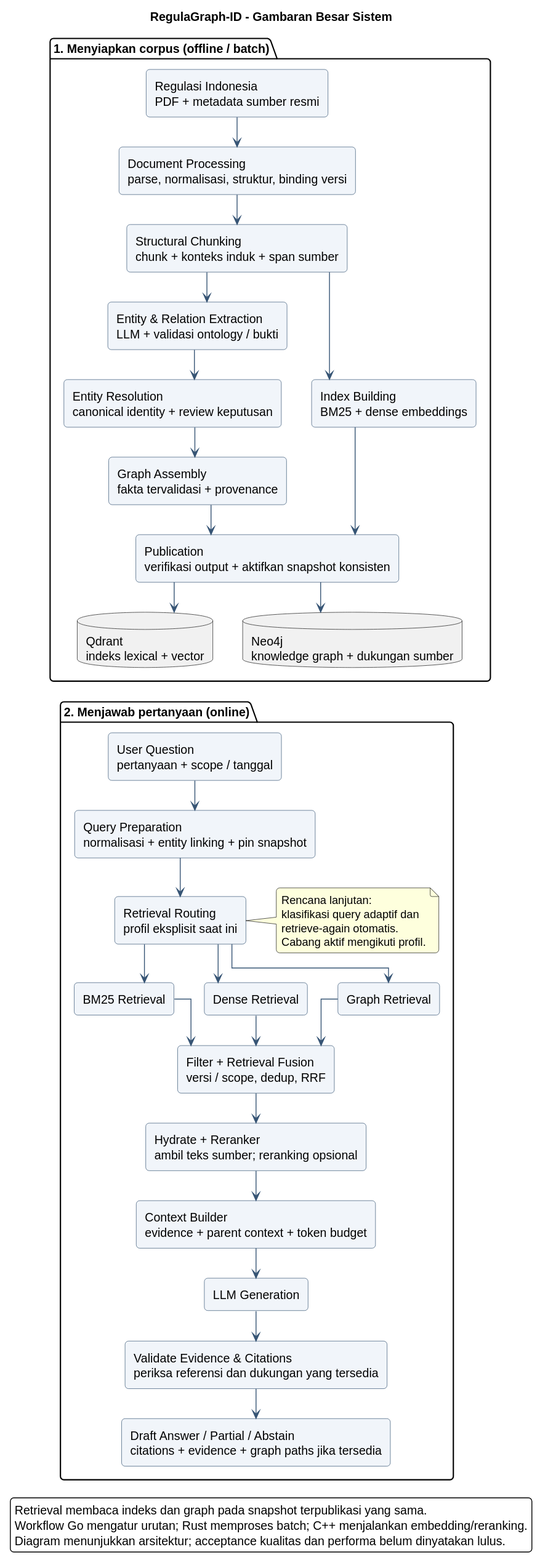
This is doc/system-big-picture.svg from WwzFwz/RegulaGraph-ID, a PlantUML export, as it was before one commit. Source of this version:
```plantuml
@startuml
title RegulaGraph-ID - Gambaran Besar Sistem
top to bottom direction
skinparam linetype ortho
skinparam backgroundColor white
skinparam shadowing false
skinparam roundcorner 8
skinparam defaultFontName SansSerif
skinparam nodesep 35
skinparam ranksep 35
skinparam rectangleBackgroundColor #F1F5FA
skinparam rectangleBorderColor #375575
skinparam ArrowColor #375575

package "1. Menyiapkan corpus (offline / batch)" {
  rectangle "Regulasi Indonesia\nPDF + metadata sumber resmi" as Sources
  rectangle "Document Processing\nparse, normalisasi, struktur, binding versi" as Process
  rectangle "Structural Chunking\nchunk + konteks induk + span sumber" as Chunk
  rectangle "Entity & Relation Extraction\nLLM + validasi ontology / bukti" as Extract
  rectangle "Entity Resolution\ncanonical identity + review keputusan" as Resolve
  rectangle "Graph Assembly\nfakta tervalidasi + provenance" as Assemble
  rectangle "Index Building\nBM25 + dense embeddings" as Index
  rectangle "Publication\nverifikasi output + aktifkan snapshot konsisten" as Publish
  database "Qdrant\nindeks lexical + vector" as Qdrant
  database "Neo4j\nknowledge graph + dukungan sumber" as Neo4j
  Sources --> Process
  Process --> Chunk
  Chunk --> Extract
  Chunk --> Index
  Extract --> Resolve
  Resolve --> Assemble
  Assemble --> Publish
  Index --> Publish
  Publish --> Qdrant
  Publish --> Neo4j
}

package "2. Menjawab pertanyaan (online)" {
  rectangle "User Question\npertanyaan + scope / tanggal" as Question
  rectangle "Query Preparation\nnormalisasi + entity linking + pin snapshot" as Prepare
  rectangle "Retrieval Routing\nprofil eksplisit saat ini" as Route
  rectangle "BM25 Retrieval" as BM25
  rectangle "Dense Retrieval" as Dense
  rectangle "Graph Retrieval" as Graph
  rectangle "Filter + Retrieval Fusion\nversi / scope, dedup, RRF" as Fusion
  rectangle "Hydrate + Reranker\nambil teks sumber; reranking opsional" as Rerank
  rectangle "Context Builder\nevidence + parent context + token budget" as Context
  rectangle "LLM Generation" as Generate
  rectangle "Validate Evidence & Citations\nperiksa referensi dan dukungan yang tersedia" as Validate
  rectangle "Draft Answer / Partial / Abstain\ncitations + evidence + graph paths jika tersedia" as Answer
  Question --> Prepare
  Prepare --> Route
  Route --> BM25
  Route --> Dense
  Route --> Graph
  BM25 --> Fusion
  Dense --> Fusion
  Graph --> Fusion
  Fusion --> Rerank
  Rerank --> Context
  Context --> Generate
  Generate --> Validate
  Validate --> Answer
  note right of Route
    Rencana lanjutan:
    klasifikasi query adaptif dan
    retrieve-again otomatis.
    Cabang aktif mengikuti profil.
  end note
}

Qdrant -[hidden]down-> Question
Neo4j -[hidden]down-> Question
legend bottom
  Retrieval membaca indeks dan graph pada snapshot terpublikasi yang sama.
  Workflow Go mengatur urutan; Rust memproses batch; C++ menjalankan embedding/reranking.
  Diagram menunjukkan arsitektur; acceptance kualitas dan performa belum dinyatakan lulus.
endlegend
@enduml
```
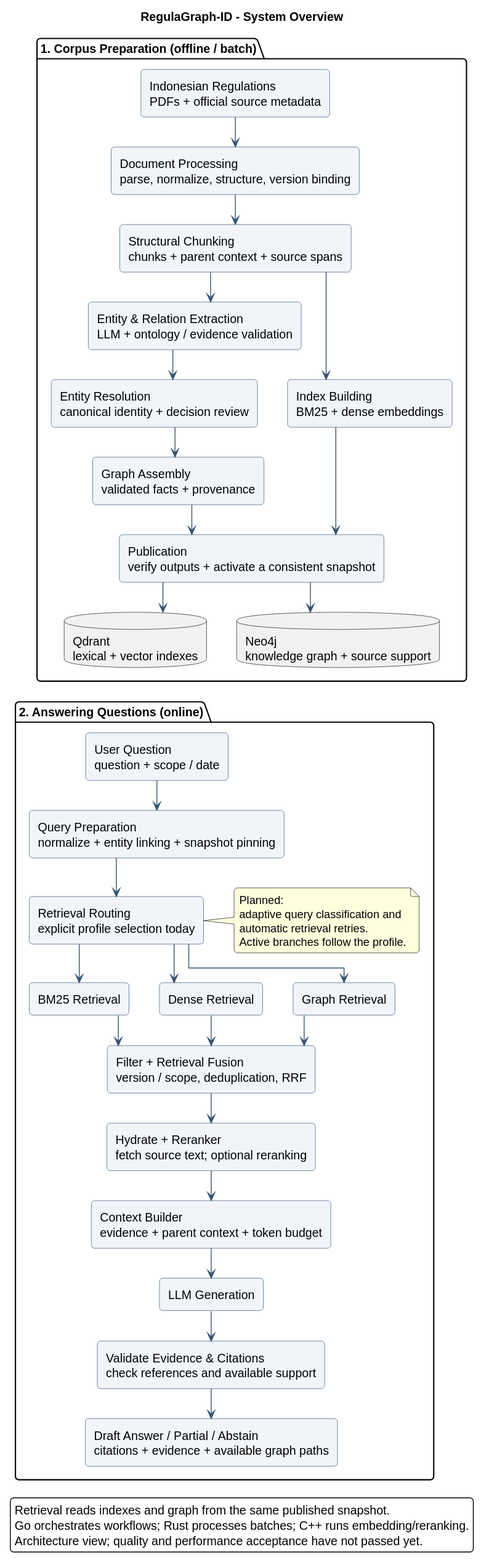
Above is the later version.

Commit message:
docs(readme): translate project guide and architecture diagrams into English

The edit, as a diff of the source:
```diff
@@ -1,5 +1,5 @@
 @startuml
-title RegulaGraph-ID - Gambaran Besar Sistem
+title RegulaGraph-ID - System Overview
 top to bottom direction
 skinparam linetype ortho
 skinparam backgroundColor white
@@ -12,17 +12,17 @@
 skinparam rectangleBorderColor #375575
 skinparam ArrowColor #375575
 
-package "1. Menyiapkan corpus (offline / batch)" {
-  rectangle "Regulasi Indonesia\nPDF + metadata sumber resmi" as Sources
-  rectangle "Document Processing\nparse, normalisasi, struktur, binding versi" as Process
-  rectangle "Structural Chunking\nchunk + konteks induk + span sumber" as Chunk
-  rectangle "Entity & Relation Extraction\nLLM + validasi ontology / bukti" as Extract
-  rectangle "Entity Resolution\ncanonical identity + review keputusan" as Resolve
-  rectangle "Graph Assembly\nfakta tervalidasi + provenance" as Assemble
+package "1. Corpus Preparation (offline / batch)" {
+  rectangle "Indonesian Regulations\nPDFs + official source metadata" as Sources
+  rectangle "Document Processing\nparse, normalize, structure, version binding" as Process
+  rectangle "Structural Chunking\nchunks + parent context + source spans" as Chunk
+  rectangle "Entity & Relation Extraction\nLLM + ontology / evidence validation" as Extract
+  rectangle "Entity Resolution\ncanonical identity + decision review" as Resolve
+  rectangle "Graph Assembly\nvalidated facts + provenance" as Assemble
   rectangle "Index Building\nBM25 + dense embeddings" as Index
-  rectangle "Publication\nverifikasi output + aktifkan snapshot konsisten" as Publish
-  database "Qdrant\nindeks lexical + vector" as Qdrant
-  database "Neo4j\nknowledge graph + dukungan sumber" as Neo4j
+  rectangle "Publication\nverify outputs + activate a consistent snapshot" as Publish
+  database "Qdrant\nlexical + vector indexes" as Qdrant
+  database "Neo4j\nknowledge graph + source support" as Neo4j
   Sources --> Process
   Process --> Chunk
   Chunk --> Extract
@@ -35,19 +35,19 @@
   Publish --> Neo4j
 }
 
-package "2. Menjawab pertanyaan (online)" {
-  rectangle "User Question\npertanyaan + scope / tanggal" as Question
-  rectangle "Query Preparation\nnormalisasi + entity linking + pin snapshot" as Prepare
-  rectangle "Retrieval Routing\nprofil eksplisit saat ini" as Route
+package "2. Answering Questions (online)" {
+  rectangle "User Question\nquestion + scope / date" as Question
+  rectangle "Query Preparation\nnormalize + entity linking + snapshot pinning" as Prepare
+  rectangle "Retrieval Routing\nexplicit profile selection today" as Route
   rectangle "BM25 Retrieval" as BM25
   rectangle "Dense Retrieval" as Dense
   rectangle "Graph Retrieval" as Graph
-  rectangle "Filter + Retrieval Fusion\nversi / scope, dedup, RRF" as Fusion
-  rectangle "Hydrate + Reranker\nambil teks sumber; reranking opsional" as Rerank
+  rectangle "Filter + Retrieval Fusion\nversion / scope, deduplication, RRF" as Fusion
+  rectangle "Hydrate + Reranker\nfetch source text; optional reranking" as Rerank
   rectangle "Context Builder\nevidence + parent context + token budget" as Context
   rectangle "LLM Generation" as Generate
-  rectangle "Validate Evidence & Citations\nperiksa referensi dan dukungan yang tersedia" as Validate
-  rectangle "Draft Answer / Partial / Abstain\ncitations + evidence + graph paths jika tersedia" as Answer
+  rectangle "Validate Evidence & Citations\ncheck references and available support" as Validate
+  rectangle "Draft Answer / Partial / Abstain\ncitations + evidence + available graph paths" as Answer
   Question --> Prepare
   Prepare --> Route
   Route --> BM25
@@ -62,18 +62,18 @@
   Generate --> Validate
   Validate --> Answer
   note right of Route
-    Rencana lanjutan:
-    klasifikasi query adaptif dan
-    retrieve-again otomatis.
-    Cabang aktif mengikuti profil.
+    Planned:
+    adaptive query classification and
+    automatic retrieval retries.
+    Active branches follow the profile.
   end note
 }
 
 Qdrant -[hidden]down-> Question
 Neo4j -[hidden]down-> Question
 legend bottom
-  Retrieval membaca indeks dan graph pada snapshot terpublikasi yang sama.
-  Workflow Go mengatur urutan; Rust memproses batch; C++ menjalankan embedding/reranking.
-  Diagram menunjukkan arsitektur; acceptance kualitas dan performa belum dinyatakan lulus.
+  Retrieval reads indexes and graph from the same published snapshot.
+  Go orchestrates workflows; Rust processes batches; C++ runs embedding/reranking.
+  Architecture view; quality and performance acceptance have not passed yet.
 endlegend
 @enduml
```
